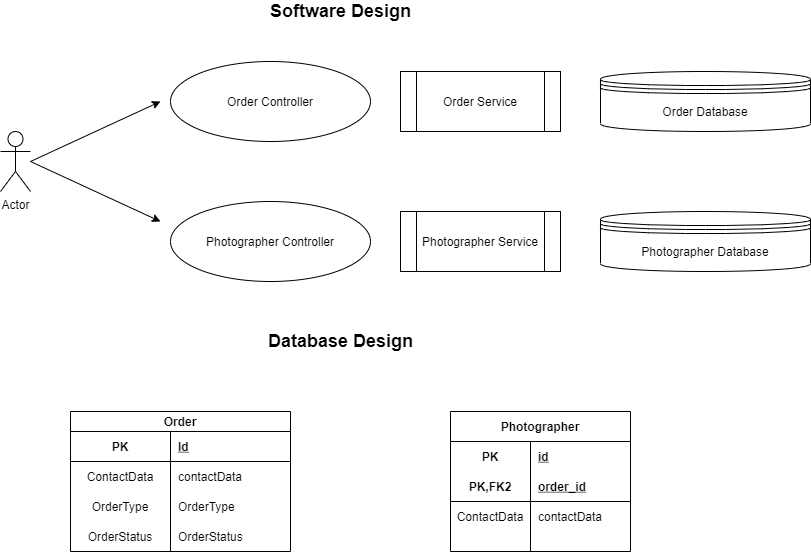
The draw.io diagram design/photostudio.png in hhovhann/photostudio-service, before a commit. Source tidied: cells renumbered, new cells last; positions are measured from the earlier drawing's top-left corner, leaving out a move shared by most shapes. Its diagram source:
```xml
<mxGraphModel>
  <root>
    <mxCell id="0" />
    <mxCell id="1" parent="0" />
    <mxCell id="2" value="Actor" style="shape=umlActor;verticalLabelPosition=bottom;verticalAlign=top;html=1;" parent="1" vertex="1">
      <mxGeometry y="130" width="30" height="60" as="geometry" />
    </mxCell>
    <mxCell id="3" value="Order Service" style="shape=process;whiteSpace=wrap;html=1;backgroundOutline=1;" parent="1" vertex="1">
      <mxGeometry x="400" y="70" width="160" height="60" as="geometry" />
    </mxCell>
    <mxCell id="4" value="Photographer Service" style="shape=process;whiteSpace=wrap;html=1;backgroundOutline=1;" parent="1" vertex="1">
      <mxGeometry x="400" y="210" width="160" height="60" as="geometry" />
    </mxCell>
    <mxCell id="5" style="endArrow=classic;html=1;" parent="1" edge="1">
      <mxGeometry relative="1" as="geometry">
        <mxPoint x="30" y="160" as="sourcePoint" />
        <mxPoint x="160" y="100" as="targetPoint" />
      </mxGeometry>
    </mxCell>
    <mxCell id="6" style="endArrow=classic;html=1;" parent="1" edge="1">
      <mxGeometry relative="1" as="geometry">
        <mxPoint x="30" y="160" as="sourcePoint" />
        <mxPoint x="160" y="220" as="targetPoint" />
      </mxGeometry>
    </mxCell>
    <mxCell id="7" value="&lt;font style=&quot;font-size: 18px&quot;&gt;&lt;b&gt;Software Design&lt;/b&gt;&lt;/font&gt;" style="text;html=1;align=center;verticalAlign=middle;strokeColor=none;" parent="1" vertex="1">
      <mxGeometry x="260" width="160" height="20" as="geometry" />
    </mxCell>
    <mxCell id="8" value="Order Controller" style="ellipse;whiteSpace=wrap;html=1;" parent="1" vertex="1">
      <mxGeometry x="170" y="60" width="200" height="80" as="geometry" />
    </mxCell>
    <mxCell id="9" value="Photographer Controller" style="ellipse;whiteSpace=wrap;html=1;" parent="1" vertex="1">
      <mxGeometry x="170" y="200" width="200" height="80" as="geometry" />
    </mxCell>
    <mxCell id="10" value="&lt;font style=&quot;font-size: 18px&quot;&gt;&lt;b&gt;Database Design&lt;/b&gt;&lt;/font&gt;" style="text;html=1;align=center;verticalAlign=middle;strokeColor=none;" parent="1" vertex="1">
      <mxGeometry x="260" y="330" width="160" height="20" as="geometry" />
    </mxCell>
    <mxCell id="11" value="&lt;span&gt;Order Database&lt;/span&gt;" style="shape=datastore;whiteSpace=wrap;html=1;" parent="1" vertex="1">
      <mxGeometry x="600" y="70" width="210" height="60" as="geometry" />
    </mxCell>
    <mxCell id="12" value="Photographer Database" style="shape=datastore;whiteSpace=wrap;html=1;" parent="1" vertex="1">
      <mxGeometry x="600" y="210" width="210" height="60" as="geometry" />
    </mxCell>
    <mxCell id="13" value="Order" style="shape=table;startSize=20;rowLines=0;fontStyle=1;align=center;" parent="1" vertex="1">
      <mxGeometry x="70" y="410" width="220" height="140" as="geometry" />
    </mxCell>
    <mxCell id="14" style="shape=partialRectangle;fillColor=none;top=0;left=0;bottom=1;right=0;" parent="13" vertex="1">
      <mxGeometry y="20" width="220" height="30" as="geometry" />
    </mxCell>
    <mxCell id="15" value="PK" style="shape=partialRectangle;fillColor=none;top=0;left=0;bottom=0;right=0;fontStyle=1;overflow=hidden;" parent="14" vertex="1">
      <mxGeometry width="100" height="30" as="geometry" />
    </mxCell>
    <mxCell id="16" value="Id" style="shape=partialRectangle;fillColor=none;top=0;left=0;bottom=0;right=0;align=left;spacingLeft=6;fontStyle=5;overflow=hidden;" parent="14" vertex="1">
      <mxGeometry x="100" width="120" height="30" as="geometry" />
    </mxCell>
    <mxCell id="17" style="shape=partialRectangle;fillColor=none;top=0;left=0;bottom=0;right=0;" parent="13" vertex="1">
      <mxGeometry y="50" width="220" height="30" as="geometry" />
    </mxCell>
    <mxCell id="18" value="ContactData" style="shape=partialRectangle;fillColor=none;top=0;left=0;bottom=0;right=0;overflow=hidden;" parent="17" vertex="1">
      <mxGeometry width="100" height="30" as="geometry" />
    </mxCell>
    <mxCell id="19" value="contactData" style="shape=partialRectangle;fillColor=none;top=0;left=0;bottom=0;right=0;align=left;spacingLeft=6;overflow=hidden;" parent="17" vertex="1">
      <mxGeometry x="100" width="120" height="30" as="geometry" />
    </mxCell>
    <mxCell id="20" style="shape=partialRectangle;fillColor=none;top=0;left=0;bottom=0;right=0;" parent="13" vertex="1">
      <mxGeometry y="80" width="220" height="30" as="geometry" />
    </mxCell>
    <mxCell id="21" value="OrderType" style="shape=partialRectangle;fillColor=none;top=0;left=0;bottom=0;right=0;overflow=hidden;" parent="20" vertex="1">
      <mxGeometry width="100" height="30" as="geometry" />
    </mxCell>
    <mxCell id="22" value="OrderType" style="shape=partialRectangle;fillColor=none;top=0;left=0;bottom=0;right=0;align=left;spacingLeft=6;overflow=hidden;" parent="20" vertex="1">
      <mxGeometry x="100" width="120" height="30" as="geometry" />
    </mxCell>
    <mxCell id="23" style="shape=partialRectangle;fillColor=none;top=0;left=0;bottom=0;right=0;" parent="13" vertex="1">
      <mxGeometry y="110" width="220" height="30" as="geometry" />
    </mxCell>
    <mxCell id="24" value="OrderStatus" style="shape=partialRectangle;fillColor=none;top=0;left=0;bottom=0;right=0;overflow=hidden;" parent="23" vertex="1">
      <mxGeometry width="100" height="30" as="geometry" />
    </mxCell>
    <mxCell id="25" value="OrderStatus" style="shape=partialRectangle;fillColor=none;top=0;left=0;bottom=0;right=0;align=left;spacingLeft=6;overflow=hidden;" parent="23" vertex="1">
      <mxGeometry x="100" width="120" height="30" as="geometry" />
    </mxCell>
    <mxCell id="26" value="Photographer" style="shape=table;startSize=30;rowLines=0;fontStyle=1;align=center;" parent="1" vertex="1">
      <mxGeometry x="450" y="410" width="180" height="140" as="geometry" />
    </mxCell>
    <mxCell id="27" style="shape=partialRectangle;fillColor=none;top=0;left=0;bottom=0;right=0;" parent="26" vertex="1">
      <mxGeometry y="30" width="180" height="30" as="geometry" />
    </mxCell>
    <mxCell id="28" value="PK" style="shape=partialRectangle;fillColor=none;top=0;left=0;bottom=0;right=0;fontStyle=1;overflow=hidden;" parent="27" vertex="1">
      <mxGeometry width="80" height="30" as="geometry" />
    </mxCell>
    <mxCell id="29" value="id" style="shape=partialRectangle;fillColor=none;top=0;left=0;bottom=0;right=0;align=left;spacingLeft=6;fontStyle=5;overflow=hidden;" parent="27" vertex="1">
      <mxGeometry x="80" width="100" height="30" as="geometry" />
    </mxCell>
    <mxCell id="30" style="shape=partialRectangle;fillColor=none;top=0;left=0;bottom=1;right=0;" parent="26" vertex="1">
      <mxGeometry y="60" width="180" height="30" as="geometry" />
    </mxCell>
    <mxCell id="31" value="PK,FK2" style="shape=partialRectangle;fillColor=none;top=0;left=0;bottom=0;right=0;fontStyle=1;overflow=hidden;" parent="30" vertex="1">
      <mxGeometry width="80" height="30" as="geometry" />
    </mxCell>
    <mxCell id="32" value="order_id" style="shape=partialRectangle;fillColor=none;top=0;left=0;bottom=0;right=0;align=left;spacingLeft=6;fontStyle=5;overflow=hidden;" parent="30" vertex="1">
      <mxGeometry x="80" width="100" height="30" as="geometry" />
    </mxCell>
    <mxCell id="33" style="shape=partialRectangle;fillColor=none;top=0;left=0;bottom=0;right=0;" parent="26" vertex="1">
      <mxGeometry y="90" width="180" height="30" as="geometry" />
    </mxCell>
    <mxCell id="34" value="ContactData" style="shape=partialRectangle;fillColor=none;top=0;left=0;bottom=0;right=0;overflow=hidden;" parent="33" vertex="1">
      <mxGeometry width="80" height="30" as="geometry" />
    </mxCell>
    <mxCell id="35" value="contactData" style="shape=partialRectangle;fillColor=none;top=0;left=0;bottom=0;right=0;align=left;spacingLeft=6;overflow=hidden;" parent="33" vertex="1">
      <mxGeometry x="80" width="100" height="30" as="geometry" />
    </mxCell>
  </root>
</mxGraphModel>
```
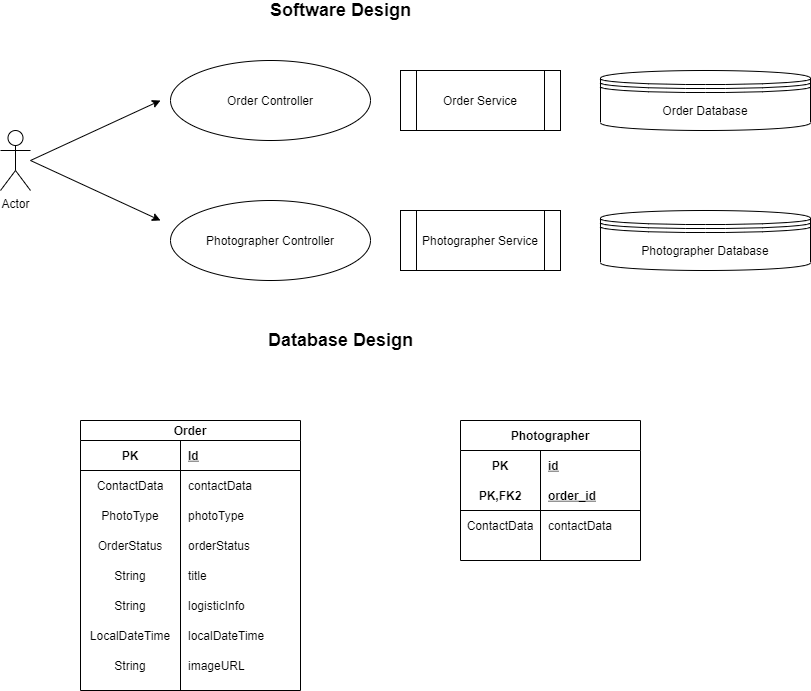
After the commit.

Diff of the diagram source:
```diff
@@ -42,7 +42,7 @@
       <mxGeometry x="600" y="210" width="210" height="60" as="geometry" />
     </mxCell>
     <mxCell id="13" value="Order" style="shape=table;startSize=20;rowLines=0;fontStyle=1;align=center;" parent="1" vertex="1">
-      <mxGeometry x="70" y="410" width="220" height="140" as="geometry" />
+      <mxGeometry x="80" y="420" width="220" height="270" as="geometry" />
     </mxCell>
     <mxCell id="14" style="shape=partialRectangle;fillColor=none;top=0;left=0;bottom=1;right=0;" parent="13" vertex="1">
       <mxGeometry y="20" width="220" height="30" as="geometry" />
@@ -65,23 +65,59 @@
     <mxCell id="20" style="shape=partialRectangle;fillColor=none;top=0;left=0;bottom=0;right=0;" parent="13" vertex="1">
       <mxGeometry y="80" width="220" height="30" as="geometry" />
     </mxCell>
-    <mxCell id="21" value="OrderType" style="shape=partialRectangle;fillColor=none;top=0;left=0;bottom=0;right=0;overflow=hidden;" parent="20" vertex="1">
-      <mxGeometry width="100" height="30" as="geometry" />
-    </mxCell>
-    <mxCell id="22" value="OrderType" style="shape=partialRectangle;fillColor=none;top=0;left=0;bottom=0;right=0;align=left;spacingLeft=6;overflow=hidden;" parent="20" vertex="1">
-      <mxGeometry x="100" width="120" height="30" as="geometry" />
-    </mxCell>
+    <mxCell id="36" value="PhotoType" style="shape=partialRectangle;fillColor=none;top=0;left=0;bottom=0;right=0;overflow=hidden;" parent="20" vertex="1">
+      <mxGeometry width="100" height="30" as="geometry" />
+    </mxCell>
+    <mxCell id="37" value="photoType" style="shape=partialRectangle;fillColor=none;top=0;left=0;bottom=0;right=0;align=left;spacingLeft=6;overflow=hidden;" parent="20" vertex="1">
+      <mxGeometry x="100" width="120" height="30" as="geometry" />
+    </mxCell>
     <mxCell id="23" style="shape=partialRectangle;fillColor=none;top=0;left=0;bottom=0;right=0;" parent="13" vertex="1">
       <mxGeometry y="110" width="220" height="30" as="geometry" />
     </mxCell>
     <mxCell id="24" value="OrderStatus" style="shape=partialRectangle;fillColor=none;top=0;left=0;bottom=0;right=0;overflow=hidden;" parent="23" vertex="1">
       <mxGeometry width="100" height="30" as="geometry" />
     </mxCell>
-    <mxCell id="25" value="OrderStatus" style="shape=partialRectangle;fillColor=none;top=0;left=0;bottom=0;right=0;align=left;spacingLeft=6;overflow=hidden;" parent="23" vertex="1">
-      <mxGeometry x="100" width="120" height="30" as="geometry" />
-    </mxCell>
+    <mxCell id="38" value="orderStatus" style="shape=partialRectangle;fillColor=none;top=0;left=0;bottom=0;right=0;align=left;spacingLeft=6;overflow=hidden;" parent="23" vertex="1">
+      <mxGeometry x="100" width="120" height="30" as="geometry" />
+    </mxCell>
+    <mxCell id="39" style="shape=partialRectangle;fillColor=none;top=0;left=0;bottom=0;right=0;" parent="13" vertex="1">
+      <mxGeometry y="140" width="220" height="30" as="geometry" />
+    </mxCell>
+    <mxCell id="40" value="String" style="shape=partialRectangle;fillColor=none;top=0;left=0;bottom=0;right=0;overflow=hidden;" parent="39" vertex="1">
+      <mxGeometry width="100" height="30" as="geometry" />
+    </mxCell>
+    <mxCell id="41" value="title" style="shape=partialRectangle;fillColor=none;top=0;left=0;bottom=0;right=0;align=left;spacingLeft=6;overflow=hidden;" parent="39" vertex="1">
+      <mxGeometry x="100" width="120" height="30" as="geometry" />
+    </mxCell>
+    <mxCell id="42" style="shape=partialRectangle;fillColor=none;top=0;left=0;bottom=0;right=0;" parent="13" vertex="1">
+      <mxGeometry y="170" width="220" height="30" as="geometry" />
+    </mxCell>
+    <mxCell id="43" value="String" style="shape=partialRectangle;fillColor=none;top=0;left=0;bottom=0;right=0;overflow=hidden;" parent="42" vertex="1">
+      <mxGeometry width="100" height="30" as="geometry" />
+    </mxCell>
+    <mxCell id="44" value="logisticInfo" style="shape=partialRectangle;fillColor=none;top=0;left=0;bottom=0;right=0;align=left;spacingLeft=6;overflow=hidden;" parent="42" vertex="1">
+      <mxGeometry x="100" width="120" height="30" as="geometry" />
+    </mxCell>
+    <mxCell id="45" style="shape=partialRectangle;fillColor=none;top=0;left=0;bottom=0;right=0;" parent="13" vertex="1">
+      <mxGeometry y="200" width="220" height="30" as="geometry" />
+    </mxCell>
+    <mxCell id="46" value="LocalDateTime" style="shape=partialRectangle;fillColor=none;top=0;left=0;bottom=0;right=0;overflow=hidden;" parent="45" vertex="1">
+      <mxGeometry width="100" height="30" as="geometry" />
+    </mxCell>
+    <mxCell id="47" value="localDateTime" style="shape=partialRectangle;fillColor=none;top=0;left=0;bottom=0;right=0;align=left;spacingLeft=6;overflow=hidden;" parent="45" vertex="1">
+      <mxGeometry x="100" width="120" height="30" as="geometry" />
+    </mxCell>
+    <mxCell id="48" style="shape=partialRectangle;fillColor=none;top=0;left=0;bottom=0;right=0;" parent="13" vertex="1">
+      <mxGeometry y="230" width="220" height="30" as="geometry" />
+    </mxCell>
+    <mxCell id="49" value="String" style="shape=partialRectangle;fillColor=none;top=0;left=0;bottom=0;right=0;overflow=hidden;" parent="48" vertex="1">
+      <mxGeometry width="100" height="30" as="geometry" />
+    </mxCell>
+    <mxCell id="50" value="imageURL" style="shape=partialRectangle;fillColor=none;top=0;left=0;bottom=0;right=0;align=left;spacingLeft=6;overflow=hidden;" parent="48" vertex="1">
+      <mxGeometry x="100" width="120" height="30" as="geometry" />
+    </mxCell>
     <mxCell id="26" value="Photographer" style="shape=table;startSize=30;rowLines=0;fontStyle=1;align=center;" parent="1" vertex="1">
-      <mxGeometry x="450" y="410" width="180" height="140" as="geometry" />
+      <mxGeometry x="460" y="420" width="180" height="140" as="geometry" />
     </mxCell>
     <mxCell id="27" style="shape=partialRectangle;fillColor=none;top=0;left=0;bottom=0;right=0;" parent="26" vertex="1">
       <mxGeometry y="30" width="180" height="30" as="geometry" />
```
